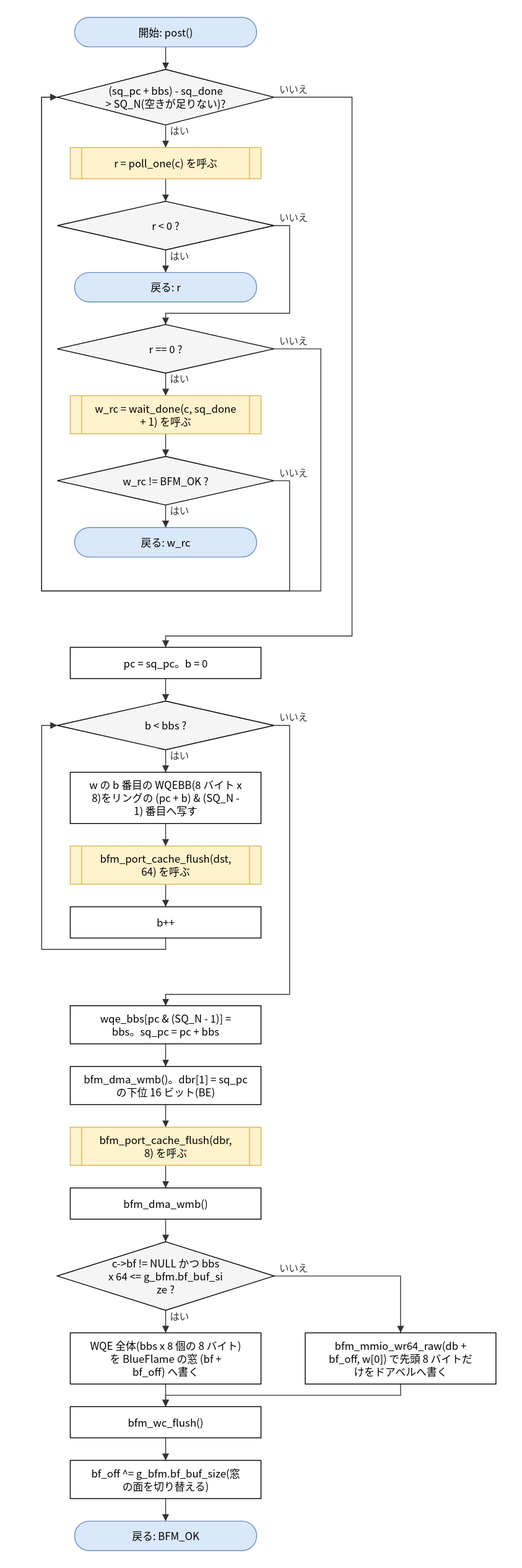
Before: doc/spec/images/flow_src_bfm_ops__post.drawio.svg, a diagram exported from draw.io (hf355051012-ai/bfmem). Source tidied: cells renumbered, new cells last; positions are measured from the earlier drawing's top-left corner, leaving out a move shared by most shapes.
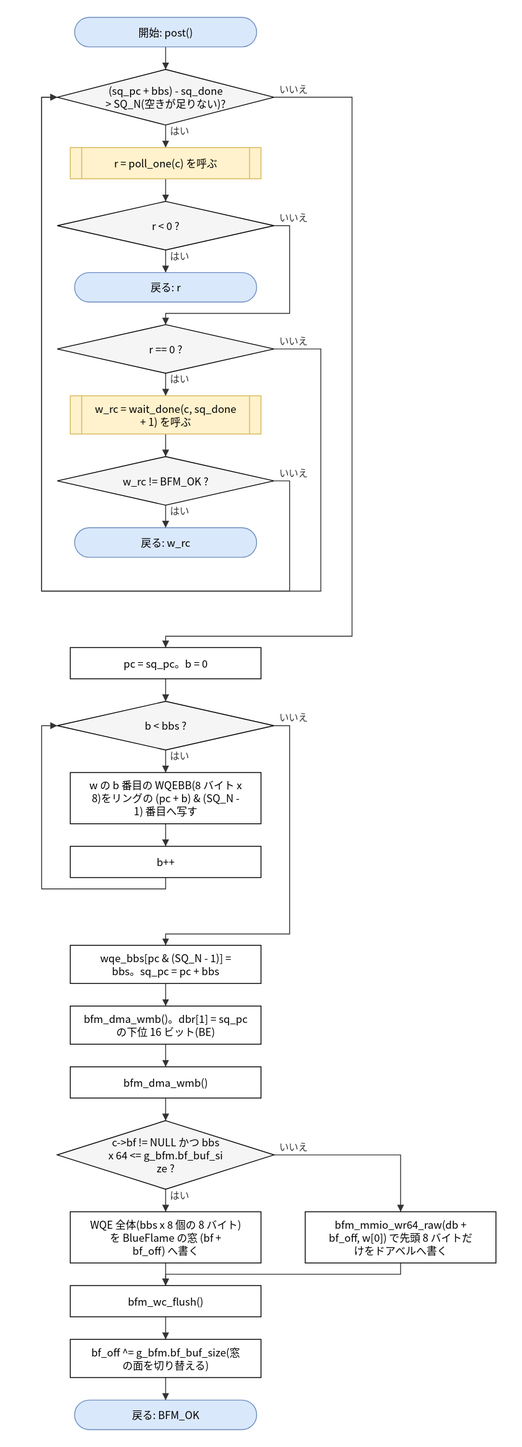
Above is the later version.

Change to the diagram source:
```diff
@@ -38,42 +38,36 @@
     <mxCell id="13" value="w の b 番目の WQEBB(8 バイト x&lt;br&gt;8)をリングの (pc + b) &amp;amp; (SQ_N -&lt;br&gt;1) 番目へ写す" style="rounded=0;whiteSpace=wrap;html=1;" parent="1" vertex="1">
       <mxGeometry x="33" y="870" width="220" height="59" as="geometry" />
     </mxCell>
-    <mxCell id="14" value="bfm_port_cache_flush(dst,&lt;br&gt;64) を呼ぶ" style="shape=process;whiteSpace=wrap;html=1;backgroundOutline=1;size=0.06;fillColor=#fff2cc;strokeColor=#d6b656;" parent="1" vertex="1">
-      <mxGeometry x="33" y="955" width="220" height="44" as="geometry" />
+    <mxCell id="14" value="b++" style="rounded=0;whiteSpace=wrap;html=1;" parent="1" vertex="1">
+      <mxGeometry x="33" y="955" width="220" height="36" as="geometry" />
     </mxCell>
-    <mxCell id="15" value="b++" style="rounded=0;whiteSpace=wrap;html=1;" parent="1" vertex="1">
-      <mxGeometry x="33" y="1025" width="220" height="36" as="geometry" />
+    <mxCell id="15" value="wqe_bbs[pc &amp;amp; (SQ_N - 1)] =&lt;br&gt;bbs。sq_pc = pc + bbs" style="rounded=0;whiteSpace=wrap;html=1;" parent="1" vertex="1">
+      <mxGeometry x="33" y="1069" width="220" height="44" as="geometry" />
     </mxCell>
-    <mxCell id="16" value="wqe_bbs[pc &amp;amp; (SQ_N - 1)] =&lt;br&gt;bbs。sq_pc = pc + bbs" style="rounded=0;whiteSpace=wrap;html=1;" parent="1" vertex="1">
+    <mxCell id="16" value="bfm_dma_wmb()。dbr[1] = sq_pc&lt;br&gt;の下位 16 ビット(BE)" style="rounded=0;whiteSpace=wrap;html=1;" parent="1" vertex="1">
       <mxGeometry x="33" y="1139" width="220" height="44" as="geometry" />
     </mxCell>
-    <mxCell id="17" value="bfm_dma_wmb()。dbr[1] = sq_pc&lt;br&gt;の下位 16 ビット(BE)" style="rounded=0;whiteSpace=wrap;html=1;" parent="1" vertex="1">
-      <mxGeometry x="33" y="1209" width="220" height="44" as="geometry" />
+    <mxCell id="17" value="bfm_dma_wmb()" style="rounded=0;whiteSpace=wrap;html=1;" parent="1" vertex="1">
+      <mxGeometry x="33" y="1209" width="220" height="36" as="geometry" />
     </mxCell>
-    <mxCell id="18" value="bfm_port_cache_flush(dbr,&lt;br&gt;8) を呼ぶ" style="shape=process;whiteSpace=wrap;html=1;backgroundOutline=1;size=0.06;fillColor=#fff2cc;strokeColor=#d6b656;" parent="1" vertex="1">
-      <mxGeometry x="33" y="1279" width="220" height="44" as="geometry" />
+    <mxCell id="18" value="c-&amp;gt;bf != NULL かつ bbs&lt;br&gt;x 64 &amp;lt;= g_bfm.bf_buf_si&lt;br&gt;ze ?" style="rhombus;whiteSpace=wrap;html=1;fillColor=#f5f5f5;" parent="1" vertex="1">
+      <mxGeometry x="18" y="1271" width="250" height="79" as="geometry" />
     </mxCell>
-    <mxCell id="19" value="bfm_dma_wmb()" style="rounded=0;whiteSpace=wrap;html=1;" parent="1" vertex="1">
-      <mxGeometry x="33" y="1349" width="220" height="36" as="geometry" />
+    <mxCell id="19" value="WQE 全体(bbs x 8 個の 8 バイト)&lt;br&gt;を BlueFlame の窓 (bf +&lt;br&gt;bf_off) へ書く" style="rounded=0;whiteSpace=wrap;html=1;" parent="1" vertex="1">
+      <mxGeometry x="33" y="1376" width="220" height="59" as="geometry" />
     </mxCell>
-    <mxCell id="20" value="c-&amp;gt;bf != NULL かつ bbs&lt;br&gt;x 64 &amp;lt;= g_bfm.bf_buf_si&lt;br&gt;ze ?" style="rhombus;whiteSpace=wrap;html=1;fillColor=#f5f5f5;" parent="1" vertex="1">
-      <mxGeometry x="18" y="1411" width="250" height="79" as="geometry" />
+    <mxCell id="20" value="bfm_mmio_wr64_raw(db +&lt;br&gt;bf_off, w[0]) で先頭 8 バイトだ&lt;br&gt;けをドアベルへ書く" style="rounded=0;whiteSpace=wrap;html=1;" parent="1" vertex="1">
+      <mxGeometry x="304" y="1376" width="220" height="59" as="geometry" />
     </mxCell>
-    <mxCell id="21" value="WQE 全体(bbs x 8 個の 8 バイト)&lt;br&gt;を BlueFlame の窓 (bf +&lt;br&gt;bf_off) へ書く" style="rounded=0;whiteSpace=wrap;html=1;" parent="1" vertex="1">
-      <mxGeometry x="33" y="1516" width="220" height="59" as="geometry" />
+    <mxCell id="21" value="bfm_wc_flush()" style="rounded=0;whiteSpace=wrap;html=1;" parent="1" vertex="1">
+      <mxGeometry x="33" y="1461" width="220" height="36" as="geometry" />
     </mxCell>
-    <mxCell id="22" value="bfm_mmio_wr64_raw(db +&lt;br&gt;bf_off, w[0]) で先頭 8 バイトだ&lt;br&gt;けをドアベルへ書く" style="rounded=0;whiteSpace=wrap;html=1;" parent="1" vertex="1">
-      <mxGeometry x="304" y="1516" width="220" height="59" as="geometry" />
+    <mxCell id="22" value="bf_off ^= g_bfm.bf_buf_size(窓&lt;br&gt;の面を切り替える)" style="rounded=0;whiteSpace=wrap;html=1;" parent="1" vertex="1">
+      <mxGeometry x="33" y="1523" width="220" height="44" as="geometry" />
     </mxCell>
-    <mxCell id="23" value="bfm_wc_flush()" style="rounded=0;whiteSpace=wrap;html=1;" parent="1" vertex="1">
-      <mxGeometry x="33" y="1601" width="220" height="36" as="geometry" />
+    <mxCell id="23" value="戻る: BFM_OK" style="rounded=1;arcSize=50;whiteSpace=wrap;html=1;fillColor=#dae8fc;strokeColor=#6c8ebf;" parent="1" vertex="1">
+      <mxGeometry x="38" y="1593" width="210" height="34" as="geometry" />
     </mxCell>
-    <mxCell id="24" value="bf_off ^= g_bfm.bf_buf_size(窓&lt;br&gt;の面を切り替える)" style="rounded=0;whiteSpace=wrap;html=1;" parent="1" vertex="1">
-      <mxGeometry x="33" y="1663" width="220" height="44" as="geometry" />
-    </mxCell>
-    <mxCell id="25" value="戻る: BFM_OK" style="rounded=1;arcSize=50;whiteSpace=wrap;html=1;fillColor=#dae8fc;strokeColor=#6c8ebf;" parent="1" vertex="1">
-      <mxGeometry x="38" y="1733" width="210" height="34" as="geometry" />
-    </mxCell>
     <mxCell id="26" style="edgeStyle=none;html=1;rounded=0;endArrow=block;endFill=1;exitX=0.5000;exitY=1.0000;exitDx=0;exitDy=0;exitPerimeter=0;entryX=0.5000;entryY=0.0000;entryDx=0;entryDy=0;entryPerimeter=0;" parent="1" edge="1" source="2" target="3">
       <mxGeometry relative="1" as="geometry" />
     </mxCell>
@@ -142,26 +136,26 @@
     <mxCell id="39" style="edgeStyle=none;html=1;rounded=0;endArrow=block;endFill=1;exitX=0.5000;exitY=1.0000;exitDx=0;exitDy=0;exitPerimeter=0;entryX=0.5000;entryY=0.0000;entryDx=0;entryDy=0;entryPerimeter=0;" parent="1" edge="1" source="13" target="14">
       <mxGeometry relative="1" as="geometry" />
     </mxCell>
-    <mxCell id="40" style="edgeStyle=none;html=1;rounded=0;endArrow=block;endFill=1;exitX=0.5000;exitY=1.0000;exitDx=0;exitDy=0;exitPerimeter=0;entryX=0.5000;entryY=0.0000;entryDx=0;entryDy=0;entryPerimeter=0;" parent="1" edge="1" source="14" target="15">
-      <mxGeometry relative="1" as="geometry" />
+    <mxCell id="40" style="edgeStyle=none;html=1;rounded=0;endArrow=block;endFill=1;exitX=0.5000;exitY=1.0000;exitDx=0;exitDy=0;exitPerimeter=0;entryX=0.0000;entryY=0.5000;entryDx=0;entryDy=0;entryPerimeter=0;" parent="1" edge="1" source="14" target="12">
+      <mxGeometry relative="1" as="geometry">
+        <Array as="points">
+          <mxPoint x="143" y="1004" />
+          <mxPoint y="1004" />
+          <mxPoint y="816" />
+        </Array>
+      </mxGeometry>
     </mxCell>
-    <mxCell id="41" style="edgeStyle=none;html=1;rounded=0;endArrow=block;endFill=1;exitX=0.5000;exitY=1.0000;exitDx=0;exitDy=0;exitPerimeter=0;entryX=0.0000;entryY=0.5000;entryDx=0;entryDy=0;entryPerimeter=0;" parent="1" edge="1" source="15" target="12">
+    <mxCell id="41" value="いいえ" style="edgeStyle=none;html=1;rounded=0;endArrow=block;endFill=1;exitX=1.0000;exitY=0.5000;exitDx=0;exitDy=0;exitPerimeter=0;entryX=0.5000;entryY=0.0000;entryDx=0;entryDy=0;entryPerimeter=0;" parent="1" edge="1" source="12" target="15">
       <mxGeometry relative="1" as="geometry">
         <Array as="points">
-          <mxPoint x="143" y="1074" />
-          <mxPoint y="1074" />
-          <mxPoint y="816" />
+          <mxPoint x="286" y="816" />
+          <mxPoint x="286" y="1056" />
+          <mxPoint x="143" y="1056" />
         </Array>
       </mxGeometry>
     </mxCell>
-    <mxCell id="42" value="いいえ" style="edgeStyle=none;html=1;rounded=0;endArrow=block;endFill=1;exitX=1.0000;exitY=0.5000;exitDx=0;exitDy=0;exitPerimeter=0;entryX=0.5000;entryY=0.0000;entryDx=0;entryDy=0;entryPerimeter=0;" parent="1" edge="1" source="12" target="16">
-      <mxGeometry relative="1" as="geometry">
-        <Array as="points">
-          <mxPoint x="286" y="816" />
-          <mxPoint x="286" y="1126" />
-          <mxPoint x="143" y="1126" />
-        </Array>
-      </mxGeometry>
+    <mxCell id="42" style="edgeStyle=none;html=1;rounded=0;endArrow=block;endFill=1;exitX=0.5000;exitY=1.0000;exitDx=0;exitDy=0;exitPerimeter=0;entryX=0.5000;entryY=0.0000;entryDx=0;entryDy=0;entryPerimeter=0;" parent="1" edge="1" source="15" target="16">
+      <mxGeometry relative="1" as="geometry" />
     </mxCell>
     <mxCell id="43" style="edgeStyle=none;html=1;rounded=0;endArrow=block;endFill=1;exitX=0.5000;exitY=1.0000;exitDx=0;exitDy=0;exitPerimeter=0;entryX=0.5000;entryY=0.0000;entryDx=0;entryDy=0;entryPerimeter=0;" parent="1" edge="1" source="16" target="17">
       <mxGeometry relative="1" as="geometry" />
@@ -169,38 +163,32 @@
     <mxCell id="44" style="edgeStyle=none;html=1;rounded=0;endArrow=block;endFill=1;exitX=0.5000;exitY=1.0000;exitDx=0;exitDy=0;exitPerimeter=0;entryX=0.5000;entryY=0.0000;entryDx=0;entryDy=0;entryPerimeter=0;" parent="1" edge="1" source="17" target="18">
       <mxGeometry relative="1" as="geometry" />
     </mxCell>
-    <mxCell id="45" style="edgeStyle=none;html=1;rounded=0;endArrow=block;endFill=1;exitX=0.5000;exitY=1.0000;exitDx=0;exitDy=0;exitPerimeter=0;entryX=0.5000;entryY=0.0000;entryDx=0;entryDy=0;entryPerimeter=0;" parent="1" edge="1" source="18" target="19">
+    <mxCell id="45" value="はい" style="edgeStyle=none;html=1;rounded=0;endArrow=block;endFill=1;exitX=0.5000;exitY=1.0000;exitDx=0;exitDy=0;exitPerimeter=0;entryX=0.5000;entryY=0.0000;entryDx=0;entryDy=0;entryPerimeter=0;" parent="1" edge="1" source="18" target="19">
       <mxGeometry relative="1" as="geometry" />
     </mxCell>
-    <mxCell id="46" style="edgeStyle=none;html=1;rounded=0;endArrow=block;endFill=1;exitX=0.5000;exitY=1.0000;exitDx=0;exitDy=0;exitPerimeter=0;entryX=0.5000;entryY=0.0000;entryDx=0;entryDy=0;entryPerimeter=0;" parent="1" edge="1" source="19" target="20">
-      <mxGeometry relative="1" as="geometry" />
+    <mxCell id="46" value="いいえ" style="edgeStyle=none;html=1;rounded=0;endArrow=block;endFill=1;exitX=1.0000;exitY=0.5000;exitDx=0;exitDy=0;exitPerimeter=0;entryX=0.5000;entryY=0.0000;entryDx=0;entryDy=0;entryPerimeter=0;" parent="1" edge="1" source="18" target="20">
+      <mxGeometry relative="1" as="geometry">
+        <Array as="points">
+          <mxPoint x="414" y="1310.5" />
+        </Array>
+      </mxGeometry>
     </mxCell>
-    <mxCell id="47" value="はい" style="edgeStyle=none;html=1;rounded=0;endArrow=block;endFill=1;exitX=0.5000;exitY=1.0000;exitDx=0;exitDy=0;exitPerimeter=0;entryX=0.5000;entryY=0.0000;entryDx=0;entryDy=0;entryPerimeter=0;" parent="1" edge="1" source="20" target="21">
+    <mxCell id="47" style="edgeStyle=none;html=1;rounded=0;endArrow=block;endFill=1;exitX=0.5000;exitY=1.0000;exitDx=0;exitDy=0;exitPerimeter=0;entryX=0.5000;entryY=0.0000;entryDx=0;entryDy=0;entryPerimeter=0;" parent="1" edge="1" source="19" target="21">
       <mxGeometry relative="1" as="geometry" />
     </mxCell>
-    <mxCell id="48" value="いいえ" style="edgeStyle=none;html=1;rounded=0;endArrow=block;endFill=1;exitX=1.0000;exitY=0.5000;exitDx=0;exitDy=0;exitPerimeter=0;entryX=0.5000;entryY=0.0000;entryDx=0;entryDy=0;entryPerimeter=0;" parent="1" edge="1" source="20" target="22">
+    <mxCell id="48" style="edgeStyle=none;html=1;rounded=0;endArrow=block;endFill=1;exitX=0.5000;exitY=1.0000;exitDx=0;exitDy=0;exitPerimeter=0;entryX=0.5000;entryY=0.0000;entryDx=0;entryDy=0;entryPerimeter=0;" parent="1" edge="1" source="20" target="21">
       <mxGeometry relative="1" as="geometry">
         <Array as="points">
-          <mxPoint x="414" y="1450.5" />
+          <mxPoint x="414" y="1448" />
+          <mxPoint x="143" y="1448" />
         </Array>
       </mxGeometry>
     </mxCell>
-    <mxCell id="49" style="edgeStyle=none;html=1;rounded=0;endArrow=block;endFill=1;exitX=0.5000;exitY=1.0000;exitDx=0;exitDy=0;exitPerimeter=0;entryX=0.5000;entryY=0.0000;entryDx=0;entryDy=0;entryPerimeter=0;" parent="1" edge="1" source="21" target="23">
+    <mxCell id="49" style="edgeStyle=none;html=1;rounded=0;endArrow=block;endFill=1;exitX=0.5000;exitY=1.0000;exitDx=0;exitDy=0;exitPerimeter=0;entryX=0.5000;entryY=0.0000;entryDx=0;entryDy=0;entryPerimeter=0;" parent="1" edge="1" source="21" target="22">
       <mxGeometry relative="1" as="geometry" />
     </mxCell>
     <mxCell id="50" style="edgeStyle=none;html=1;rounded=0;endArrow=block;endFill=1;exitX=0.5000;exitY=1.0000;exitDx=0;exitDy=0;exitPerimeter=0;entryX=0.5000;entryY=0.0000;entryDx=0;entryDy=0;entryPerimeter=0;" parent="1" edge="1" source="22" target="23">
-      <mxGeometry relative="1" as="geometry">
-        <Array as="points">
-          <mxPoint x="414" y="1588" />
-          <mxPoint x="143" y="1588" />
-        </Array>
-      </mxGeometry>
+      <mxGeometry relative="1" as="geometry" />
     </mxCell>
-    <mxCell id="51" style="edgeStyle=none;html=1;rounded=0;endArrow=block;endFill=1;exitX=0.5000;exitY=1.0000;exitDx=0;exitDy=0;exitPerimeter=0;entryX=0.5000;entryY=0.0000;entryDx=0;entryDy=0;entryPerimeter=0;" parent="1" edge="1" source="23" target="24">
-      <mxGeometry relative="1" as="geometry" />
-    </mxCell>
-    <mxCell id="52" style="edgeStyle=none;html=1;rounded=0;endArrow=block;endFill=1;exitX=0.5000;exitY=1.0000;exitDx=0;exitDy=0;exitPerimeter=0;entryX=0.5000;entryY=0.0000;entryDx=0;entryDy=0;entryPerimeter=0;" parent="1" edge="1" source="24" target="25">
-      <mxGeometry relative="1" as="geometry" />
-    </mxCell>
   </root>
 </mxGraphModel>
```
